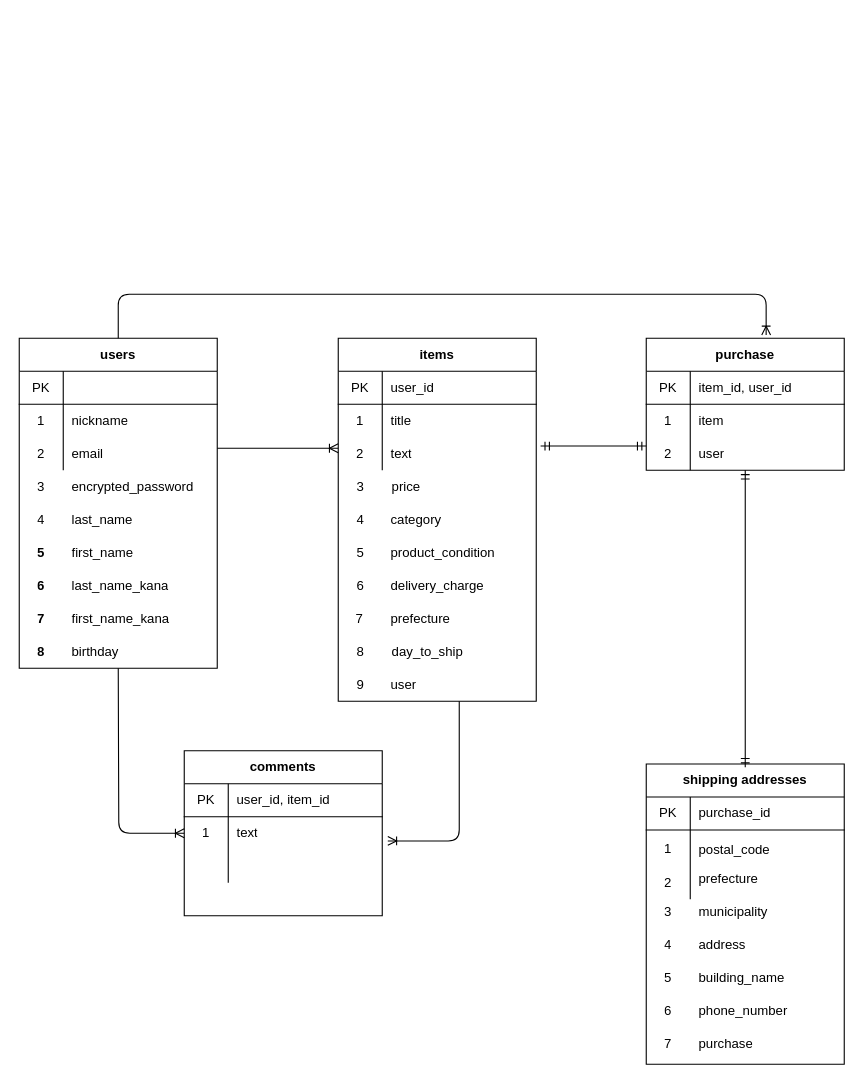
The draw.io diagram er.drawio in kokorouruou/furima-34713, before the edit. Source tidied: cells renumbered, new cells numbered last; positions are measured from the earlier drawing's top-left corner, leaving out a move shared by most shapes. Both pictures are drawn from the tidied source at 110%, with x=0, y=0 at pixel (19, 294).
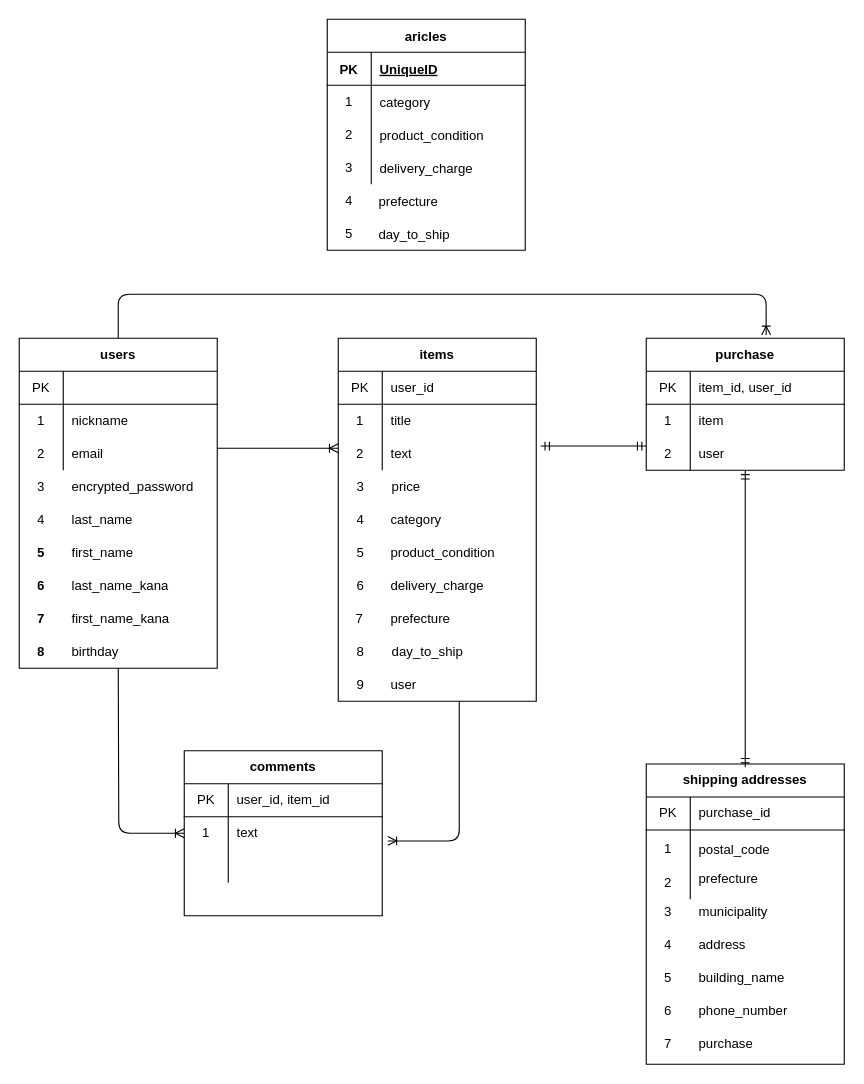
The same diagram, later.

The edit, as a diff of the source:
```diff
@@
+    <mxCell id="99" value="aricles" style="shape=table;startSize=30;childLayout=tableLayout;rowLines=0;fontStyle=1;align=center;" parent="1" vertex="1">
+      <mxGeometry x="280" y="-250" width="180" height="210" as="geometry" />
+    </mxCell>
+    <mxCell id="100" style="shape=partialRectangle;fillColor=none;top=0;left=0;bottom=1;right=0;" parent="99" vertex="1">
+      <mxGeometry y="30" width="180" height="30" as="geometry" />
+    </mxCell>
+    <mxCell id="101" value="PK" style="shape=partialRectangle;fillColor=none;top=0;left=0;bottom=0;right=0;fontStyle=1;overflow=hidden;" parent="100" vertex="1">
+      <mxGeometry width="40" height="30" as="geometry" />
+    </mxCell>
+    <mxCell id="102" value="UniqueID" style="shape=partialRectangle;fillColor=none;top=0;left=0;bottom=0;right=0;align=left;spacingLeft=6;fontStyle=5;overflow=hidden;" parent="100" vertex="1">
+      <mxGeometry x="40" width="140" height="30" as="geometry" />
+    </mxCell>
+    <mxCell id="103" style="shape=partialRectangle;fillColor=none;top=0;left=0;bottom=0;right=0;" parent="99" vertex="1">
+      <mxGeometry y="60" width="180" height="30" as="geometry" />
+    </mxCell>
+    <mxCell id="104" style="shape=partialRectangle;fillColor=none;top=0;left=0;bottom=0;right=0;overflow=hidden;" parent="103" vertex="1">
+      <mxGeometry width="40" height="30" as="geometry" />
+    </mxCell>
+    <mxCell id="105" value="category" style="shape=partialRectangle;fillColor=none;top=0;left=0;bottom=0;right=0;align=left;spacingLeft=6;overflow=hidden;" parent="103" vertex="1">
+      <mxGeometry x="40" width="140" height="30" as="geometry" />
+    </mxCell>
+    <mxCell id="106" style="shape=partialRectangle;fillColor=none;top=0;left=0;bottom=0;right=0;" parent="99" vertex="1">
+      <mxGeometry y="90" width="180" height="30" as="geometry" />
+    </mxCell>
+    <mxCell id="107" style="shape=partialRectangle;fillColor=none;top=0;left=0;bottom=0;right=0;overflow=hidden;" parent="106" vertex="1">
+      <mxGeometry width="40" height="30" as="geometry" />
+    </mxCell>
+    <mxCell id="108" value="product_condition" style="shape=partialRectangle;fillColor=none;top=0;left=0;bottom=0;right=0;align=left;spacingLeft=6;overflow=hidden;" parent="106" vertex="1">
+      <mxGeometry x="40" width="140" height="30" as="geometry" />
+    </mxCell>
+    <mxCell id="109" style="shape=partialRectangle;fillColor=none;top=0;left=0;bottom=0;right=0;" parent="99" vertex="1">
+      <mxGeometry y="120" width="180" height="30" as="geometry" />
+    </mxCell>
+    <mxCell id="110" style="shape=partialRectangle;fillColor=none;top=0;left=0;bottom=0;right=0;overflow=hidden;" parent="109" vertex="1">
+      <mxGeometry width="40" height="30" as="geometry" />
+    </mxCell>
+    <mxCell id="111" value="delivery_charge" style="shape=partialRectangle;fillColor=none;top=0;left=0;bottom=0;right=0;align=left;spacingLeft=6;overflow=hidden;" parent="109" vertex="1">
+      <mxGeometry x="40" width="140" height="30" as="geometry" />
+    </mxCell>
+    <mxCell id="112" value="prefecture" style="shape=partialRectangle;fillColor=none;top=0;left=0;bottom=0;right=0;align=left;spacingLeft=6;overflow=hidden;" parent="1" vertex="1">
+      <mxGeometry x="319" y="-100" width="150" height="30" as="geometry" />
+    </mxCell>
+    <mxCell id="113" value="day_to_ship" style="shape=partialRectangle;fillColor=none;top=0;left=0;bottom=0;right=0;align=left;spacingLeft=6;overflow=hidden;" parent="1" vertex="1">
+      <mxGeometry x="319" y="-70" width="150" height="30" as="geometry" />
+    </mxCell>
+    <mxCell id="114" value="1" style="shape=partialRectangle;html=1;whiteSpace=wrap;fillColor=none;top=0;left=0;bottom=0;right=0;overflow=hidden;" parent="1" vertex="1">
+      <mxGeometry x="280" y="-190" width="40" height="30" as="geometry" />
+    </mxCell>
+    <mxCell id="115" value="2" style="shape=partialRectangle;html=1;whiteSpace=wrap;fillColor=none;top=0;left=0;bottom=0;right=0;overflow=hidden;" parent="1" vertex="1">
+      <mxGeometry x="280" y="-160" width="40" height="30" as="geometry" />
+    </mxCell>
+    <mxCell id="116" value="3" style="shape=partialRectangle;html=1;whiteSpace=wrap;fillColor=none;top=0;left=0;bottom=0;right=0;overflow=hidden;" parent="1" vertex="1">
+      <mxGeometry x="280" y="-130" width="40" height="30" as="geometry" />
+    </mxCell>
+    <mxCell id="117" value="4" style="shape=partialRectangle;html=1;whiteSpace=wrap;fillColor=none;top=0;left=0;bottom=0;right=0;overflow=hidden;" parent="1" vertex="1">
+      <mxGeometry x="280" y="-100" width="40" height="30" as="geometry" />
+    </mxCell>
+    <mxCell id="118" value="5" style="shape=partialRectangle;html=1;whiteSpace=wrap;fillColor=none;top=0;left=0;bottom=0;right=0;overflow=hidden;" parent="1" vertex="1">
+      <mxGeometry x="280" y="-70" width="40" height="30" as="geometry" />
+    </mxCell>
```
